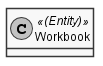
Fuel4us/EventManagingApp keeps this PlantUML diagram as docs/red/1161140/sp2/dm.png. Above is the earlier version.
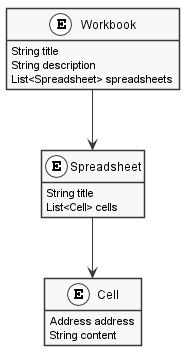
Later version of the same file.

Change to the diagram source:
```diff
@@ -6,7 +6,23 @@
 
 hide empty methods
 
-class Workbook << (Entity) >> {
+class Workbook <<(E,white)>> {
+    String title
+    String description
+    List<Spreadsheet> spreadsheets
 }
 
+class Spreadsheet <<(E,white)>> {
+    String title
+    List<Cell> cells
+}
+
+class Cell <<(E,white)>> {
+     Address address
+     String content
+}
+
+Workbook --> Spreadsheet
+Spreadsheet --> Cell
+
 @enduml
```
